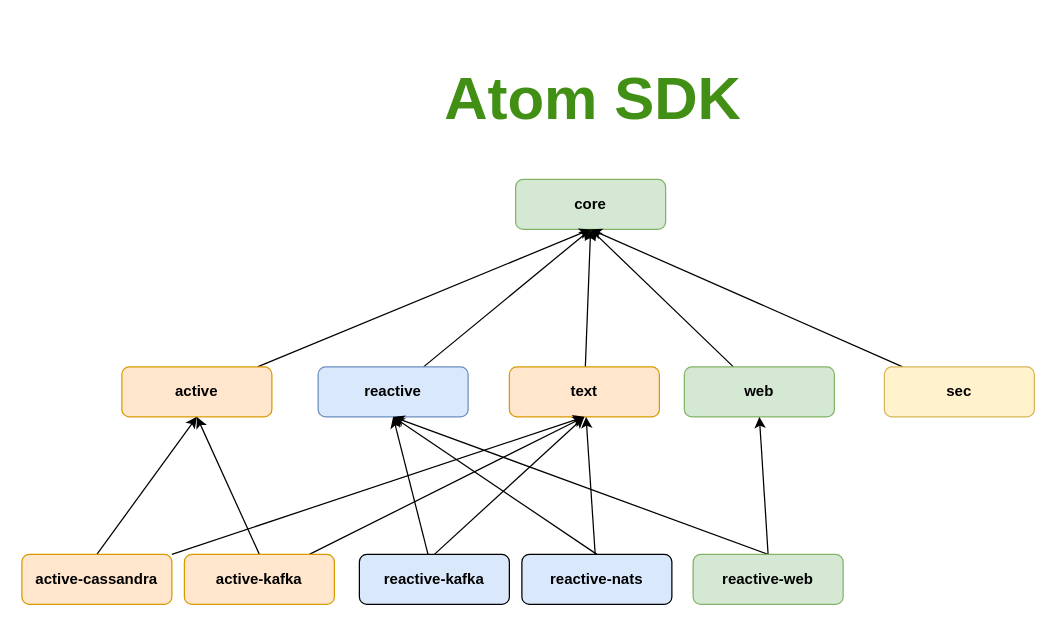
Before: docs/atom.drawio in memoria-io/atom, a draw.io diagram. Source tidied: cells renumbered, new cells numbered last; positions are measured from the earlier drawing's top-left corner, leaving out a move shared by most shapes. Both pictures are drawn from the tidied source at 125%, with x=0, y=0 at pixel (21, 54).
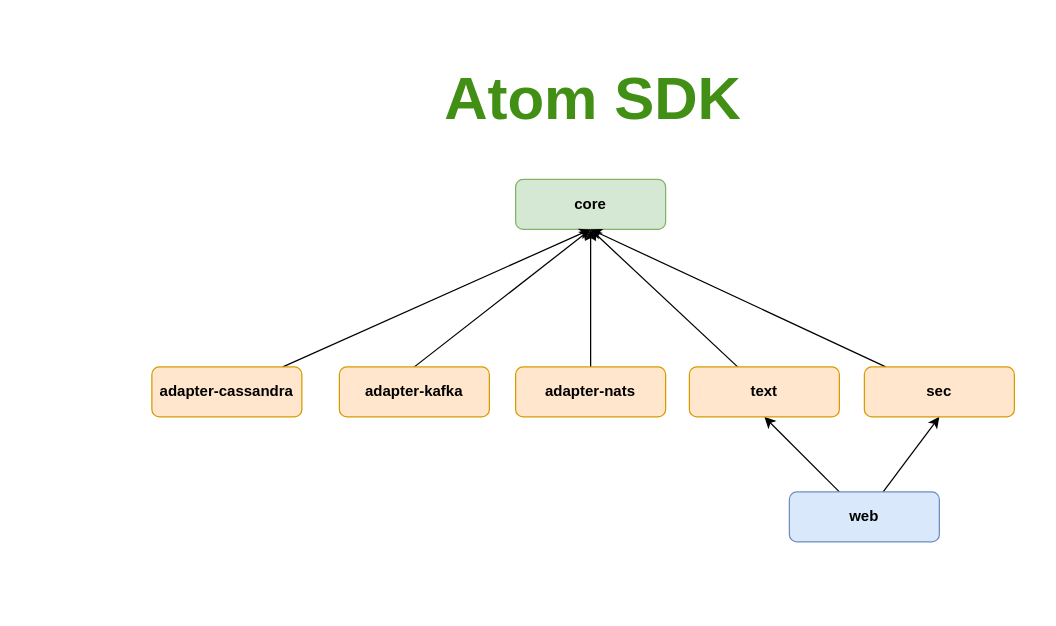
After the change.

Unchanged cells that the change refers to:
```xml
<mxCell id="2" value="&lt;b&gt;core&lt;/b&gt;" style="rounded=1;whiteSpace=wrap;html=1;fillColor=#d5e8d4;strokeColor=#82b366;" parent="1" vertex="1">
  <mxGeometry x="395" y="100" width="120" height="40" as="geometry" />
</mxCell>
```

The edit, as a diff of the source:
```diff
@@
-    <mxCell id="3" style="edgeStyle=none;rounded=0;jettySize=auto;html=1;entryX=0.5;entryY=1;entryDx=0;entryDy=0;" parent="1" edge="1" source="4" target="2">
+    <mxCell id="3" style="edgeStyle=none;rounded=0;jettySize=auto;html=1;entryX=0.5;entryY=1;entryDx=0;entryDy=0;exitX=0.5;exitY=0;exitDx=0;exitDy=0;" parent="1" edge="1" source="18" target="2">
       <mxGeometry relative="1" as="geometry" />
     </mxCell>
-    <mxCell id="4" value="&lt;b&gt;active&lt;/b&gt;" style="rounded=1;whiteSpace=wrap;html=1;fillColor=#ffe6cc;strokeColor=#d79b00;" parent="1" vertex="1">
-      <mxGeometry x="80" y="250" width="120" height="40" as="geometry" />
-    </mxCell>
-    <mxCell id="5" style="rounded=0;jettySize=auto;html=1;entryX=0.5;entryY=1;entryDx=0;entryDy=0;" parent="1" edge="1" source="6" target="2">
+    <mxCell id="5" style="rounded=0;jettySize=auto;html=1;entryX=0.5;entryY=1;entryDx=0;entryDy=0;exitX=0.5;exitY=0;exitDx=0;exitDy=0;" parent="1" edge="1" source="24" target="2">
       <mxGeometry relative="1" as="geometry" />
     </mxCell>
-    <mxCell id="6" value="&lt;b&gt;reactive&lt;/b&gt;" style="rounded=1;whiteSpace=wrap;html=1;fillColor=#DAE8FC;strokeColor=#6c8ebf;" parent="1" vertex="1">
-      <mxGeometry x="237" y="250" width="120" height="40" as="geometry" />
-    </mxCell>
-    <mxCell id="7" style="edgeStyle=none;rounded=0;jettySize=auto;html=1;entryX=0.5;entryY=1;entryDx=0;entryDy=0;" parent="1" edge="1" source="8" target="2">
-      <mxGeometry relative="1" as="geometry" />
-    </mxCell>
+    <mxCell id="29" style="rounded=0;jettySize=auto;html=1;entryX=0.5;entryY=1;entryDx=0;entryDy=0;" parent="1" edge="1" source="8" target="12">
+      <mxGeometry relative="1" as="geometry" />
+    </mxCell>
+    <mxCell id="30" style="rounded=0;jettySize=auto;html=1;entryX=0.5;entryY=1;entryDx=0;entryDy=0;" parent="1" edge="1" source="8" target="10">
+      <mxGeometry relative="1" as="geometry" />
+    </mxCell>
-    <mxCell id="8" value="&lt;b&gt;web&lt;/b&gt;" style="rounded=1;whiteSpace=wrap;html=1;fillColor=#d5e8d4;strokeColor=#82b366;" parent="1" vertex="1">
-      <mxGeometry x="530" y="250" width="120" height="40" as="geometry" />
+    <mxCell id="8" value="&lt;b&gt;web&lt;/b&gt;" style="rounded=1;whiteSpace=wrap;html=1;fillColor=#dae8fc;strokeColor=#6c8ebf;" parent="1" vertex="1">
+      <mxGeometry x="614" y="350" width="120" height="40" as="geometry" />
     </mxCell>
@@
-    <mxCell id="10" value="&lt;b&gt;sec&lt;/b&gt;" style="rounded=1;whiteSpace=wrap;html=1;fillColor=#fff2cc;strokeColor=#d6b656;" parent="1" vertex="1">
-      <mxGeometry x="690" y="250" width="120" height="40" as="geometry" />
+    <mxCell id="10" value="&lt;b&gt;sec&lt;/b&gt;" style="rounded=1;whiteSpace=wrap;html=1;fillColor=#ffe6cc;strokeColor=#d79b00;" parent="1" vertex="1">
+      <mxGeometry x="674" y="250" width="120" height="40" as="geometry" />
     </mxCell>
@@
     <mxCell id="12" value="&lt;b&gt;text&lt;/b&gt;" style="rounded=1;whiteSpace=wrap;html=1;fillColor=#ffe6cc;strokeColor=#d79b00;" parent="1" vertex="1">
-      <mxGeometry x="390" y="250" width="120" height="40" as="geometry" />
+      <mxGeometry x="534" y="250" width="120" height="40" as="geometry" />
     </mxCell>
-    <mxCell id="13" style="edgeStyle=none;rounded=0;jettySize=auto;html=1;exitX=0.5;exitY=0;exitDx=0;exitDy=0;entryX=0.5;entryY=1;entryDx=0;entryDy=0;" parent="1" edge="1" source="15" target="4">
-      <mxGeometry relative="1" as="geometry" />
-    </mxCell>
-    <mxCell id="14" style="edgeStyle=none;rounded=0;jettySize=auto;html=1;fontSize=24;fontColor=#428F15;" parent="1" edge="1" source="15">
-      <mxGeometry relative="1" as="geometry">
-        <mxPoint x="450" y="290" as="targetPoint" />
-      </mxGeometry>
-    </mxCell>
+    <mxCell id="31" style="rounded=0;jettySize=auto;html=1;" parent="1" edge="1" source="15">
+      <mxGeometry relative="1" as="geometry">
+        <mxPoint x="455" y="140" as="targetPoint" />
+      </mxGeometry>
+    </mxCell>
-    <mxCell id="15" value="&lt;b&gt;active-cassandra&lt;/b&gt;" style="rounded=1;whiteSpace=wrap;html=1;fillColor=#ffe6cc;strokeColor=#d79b00;" parent="1" vertex="1">
-      <mxGeometry y="400" width="120" height="40" as="geometry" />
+    <mxCell id="15" value="&lt;b&gt;adapter-cassandra&lt;/b&gt;" style="rounded=1;whiteSpace=wrap;html=1;fillColor=#ffe6cc;strokeColor=#d79b00;" parent="1" vertex="1">
+      <mxGeometry x="104" y="250" width="120" height="40" as="geometry" />
     </mxCell>
-    <mxCell id="16" style="edgeStyle=none;rounded=0;jettySize=auto;html=1;exitX=0.5;exitY=0;exitDx=0;exitDy=0;entryX=0.5;entryY=1;entryDx=0;entryDy=0;" parent="1" edge="1" source="18" target="4">
-      <mxGeometry relative="1" as="geometry" />
-    </mxCell>
-    <mxCell id="17" style="edgeStyle=none;rounded=0;jettySize=auto;html=1;entryX=0.5;entryY=1;entryDx=0;entryDy=0;fontSize=24;fontColor=#428F15;" parent="1" edge="1" source="18" target="12">
-      <mxGeometry relative="1" as="geometry" />
-    </mxCell>
-    <mxCell id="18" value="&lt;b&gt;active-kafka&lt;/b&gt;" style="rounded=1;whiteSpace=wrap;html=1;fillColor=#ffe6cc;strokeColor=#d79b00;" parent="1" vertex="1">
-      <mxGeometry x="130" y="400" width="120" height="40" as="geometry" />
+    <mxCell id="18" value="&lt;b&gt;adapter-kafka&lt;/b&gt;" style="rounded=1;whiteSpace=wrap;html=1;fillColor=#ffe6cc;strokeColor=#d79b00;" parent="1" vertex="1">
+      <mxGeometry x="254" y="250" width="120" height="40" as="geometry" />
     </mxCell>
-    <mxCell id="19" style="edgeStyle=none;rounded=0;jettySize=auto;html=1;entryX=0.5;entryY=1;entryDx=0;entryDy=0;" parent="1" edge="1" source="21" target="6">
-      <mxGeometry relative="1" as="geometry" />
-    </mxCell>
-    <mxCell id="20" style="edgeStyle=none;rounded=0;jettySize=auto;html=1;exitX=0.5;exitY=0;exitDx=0;exitDy=0;fontSize=24;fontColor=#428F15;" parent="1" edge="1" source="21">
-      <mxGeometry relative="1" as="geometry">
-        <mxPoint x="450" y="290" as="targetPoint" />
-      </mxGeometry>
-    </mxCell>
-    <mxCell id="21" value="&lt;b&gt;reactive-kafka&lt;/b&gt;" style="rounded=1;whiteSpace=wrap;html=1;fillColor=#DAE8FC;" parent="1" vertex="1">
-      <mxGeometry x="270" y="400" width="120" height="40" as="geometry" />
-    </mxCell>
-    <mxCell id="22" style="edgeStyle=none;rounded=0;jettySize=auto;html=1;exitX=0.5;exitY=0;exitDx=0;exitDy=0;entryX=0.5;entryY=1;entryDx=0;entryDy=0;" parent="1" edge="1" source="24" target="6">
-      <mxGeometry relative="1" as="geometry" />
-    </mxCell>
-    <mxCell id="23" style="edgeStyle=none;rounded=0;jettySize=auto;html=1;fontSize=24;fontColor=#428F15;" parent="1" edge="1" source="24" target="12">
-      <mxGeometry relative="1" as="geometry" />
-    </mxCell>
-    <mxCell id="24" value="&lt;b&gt;reactive-nats&lt;/b&gt;" style="rounded=1;whiteSpace=wrap;html=1;fillColor=#DAE8FC;" parent="1" vertex="1">
-      <mxGeometry x="400" y="400" width="120" height="40" as="geometry" />
+    <mxCell id="24" value="&lt;b&gt;adapter-nats&lt;/b&gt;" style="rounded=1;whiteSpace=wrap;html=1;fillColor=#ffe6cc;strokeColor=#d79b00;" parent="1" vertex="1">
+      <mxGeometry x="395" y="250" width="120" height="40" as="geometry" />
     </mxCell>
-    <mxCell id="25" style="edgeStyle=none;rounded=0;jettySize=auto;html=1;entryX=0.5;entryY=1;entryDx=0;entryDy=0;exitX=0.5;exitY=0;exitDx=0;exitDy=0;" parent="1" edge="1" source="27" target="6">
-      <mxGeometry relative="1" as="geometry" />
-    </mxCell>
-    <mxCell id="26" style="edgeStyle=none;rounded=0;jettySize=auto;html=1;entryX=0.5;entryY=1;entryDx=0;entryDy=0;exitX=0.5;exitY=0;exitDx=0;exitDy=0;" parent="1" edge="1" source="27" target="8">
-      <mxGeometry relative="1" as="geometry" />
-    </mxCell>
-    <mxCell id="27" value="&lt;b&gt;reactive-web&lt;/b&gt;" style="rounded=1;whiteSpace=wrap;html=1;fillColor=#d5e8d4;strokeColor=#82b366;" parent="1" vertex="1">
-      <mxGeometry x="537" y="400" width="120" height="40" as="geometry" />
-    </mxCell>
```
